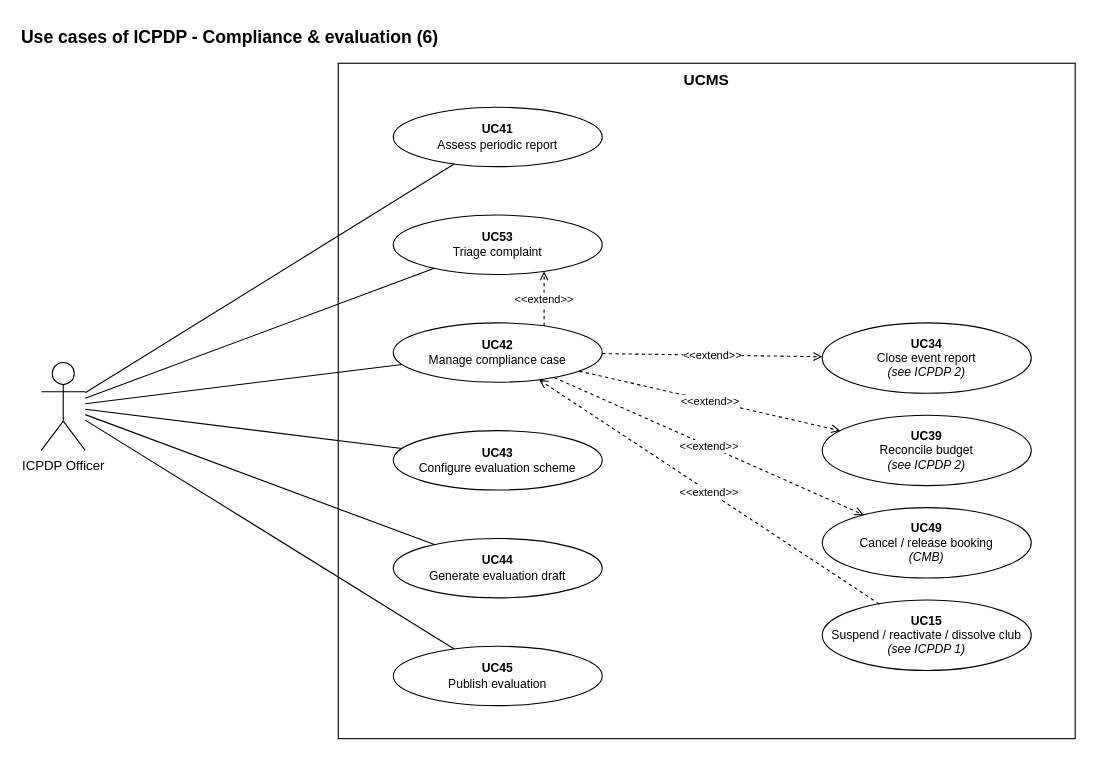
This is page "ICPDP 3 - Compliance & evaluation" (9 of 9) of docs/diagrams/UCMS_UseCase_ByActor.drawio from nvdekay/ClubManagementSystem, a draw.io file, before an edit. Source tidied: cells renumbered, new cells numbered last; positions are measured from the earlier drawing's top-left corner, leaving out a move shared by most shapes. Both pictures are drawn from the tidied source at 110%, with x=0, y=0 at pixel (19, 19).
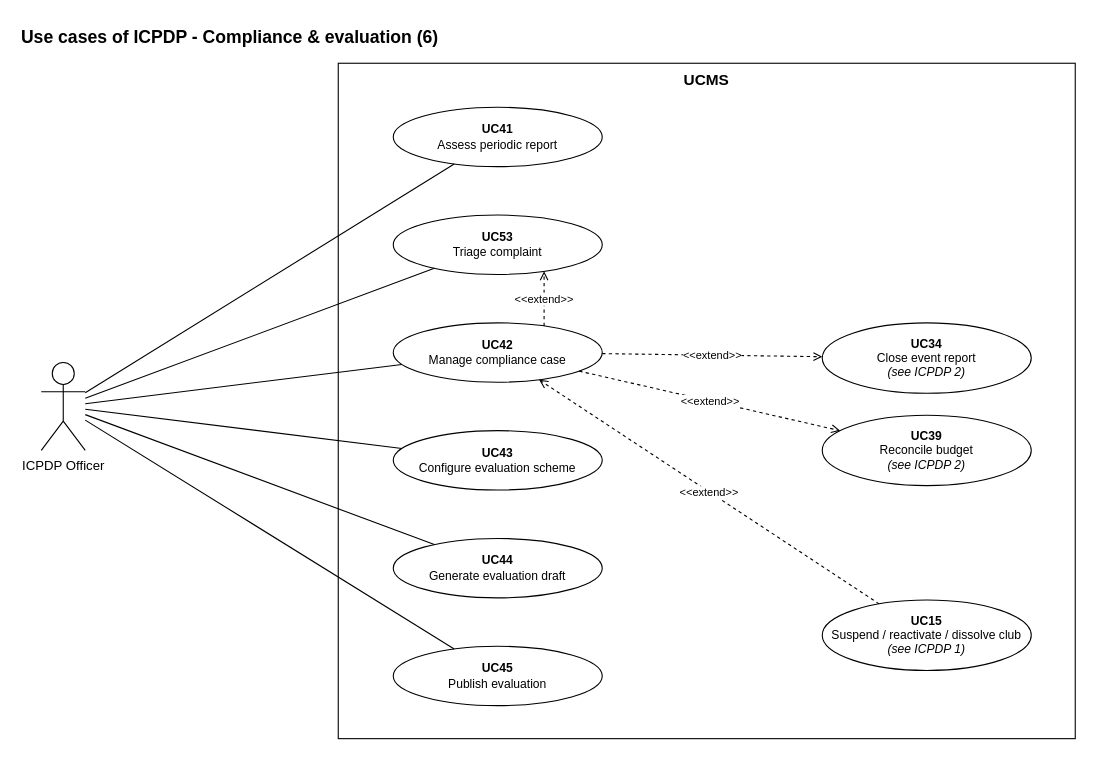
After the change.

Commit message (it also covers changes not shown here):
docs(diagrams): drop «extend» used for UI navigation and system cascades (I27, I28)

Unchanged cells that the change refers to:
```xml
<mxCell id="9" value="&lt;b&gt;UC42&lt;/b&gt;&lt;br&gt;Manage compliance case" style="ellipse;whiteSpace=wrap;html=1;fillColor=#ffffff;strokeColor=#000000;fontSize=11;" parent="1" vertex="1">
  <mxGeometry x="340" y="276" width="190" height="54" as="geometry" />
</mxCell>
```

The edit, as a diff of the source:
```diff
@@
-    <mxCell id="19" value="&lt;b&gt;UC49&lt;/b&gt;&lt;br&gt;Cancel / release booking&lt;br&gt;&lt;i&gt;(CMB)&lt;/i&gt;" style="ellipse;whiteSpace=wrap;html=1;fillColor=#ffffff;strokeColor=#000000;fontSize=11;" parent="1" vertex="1">
-      <mxGeometry x="730" y="444" width="190" height="64" as="geometry" />
-    </mxCell>
@@
-    <mxCell id="23" value="&amp;lt;&amp;lt;extend&amp;gt;&amp;gt;" style="endArrow=open;dashed=1;html=1;strokeColor=#000000;fontSize=10;labelBackgroundColor=#ffffff;" parent="1" edge="1" source="9" target="19">
-      <mxGeometry relative="1" as="geometry" />
-    </mxCell>
```
